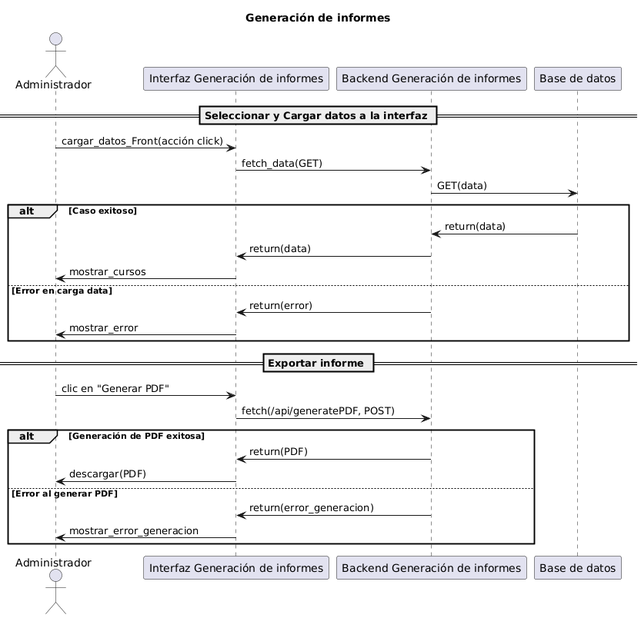
Earlier version of the PlantUML export documentacion/Historia 4/diagrama de secuencia.png (cperez17/software-gestion). The source it was exported from:
```plantuml
@startuml
title Generación de informes
actor Administrador as user

participant "Interfaz Generación de informes" as interfaz
participant "Backend Generación de informes" as backend
participant "Base de datos" as bd

== Seleccionar y Cargar datos a la interfaz ==
user -> interfaz : cargar_datos_Front(acción click)
interfaz -> backend : fetch_data(GET)
backend -> bd : GET(data)
alt Caso exitoso
    bd -> backend : return(data)
    backend -> interfaz : return(data)
    interfaz -> user : mostrar_cursos
else Error en carga data
    backend -> interfaz : return(error)
    interfaz -> user : mostrar_error
end

== Exportar informe ==
user -> interfaz : clic en "Generar PDF"
interfaz -> backend : fetch(/api/generatePDF, POST)

alt Generación de PDF exitosa
    backend -> interfaz : return(PDF)
    interfaz -> user : descargar(PDF)
else Error al generar PDF
    backend -> interfaz : return(error_generacion)
    interfaz -> user : mostrar_error_generacion
end
@enduml
```
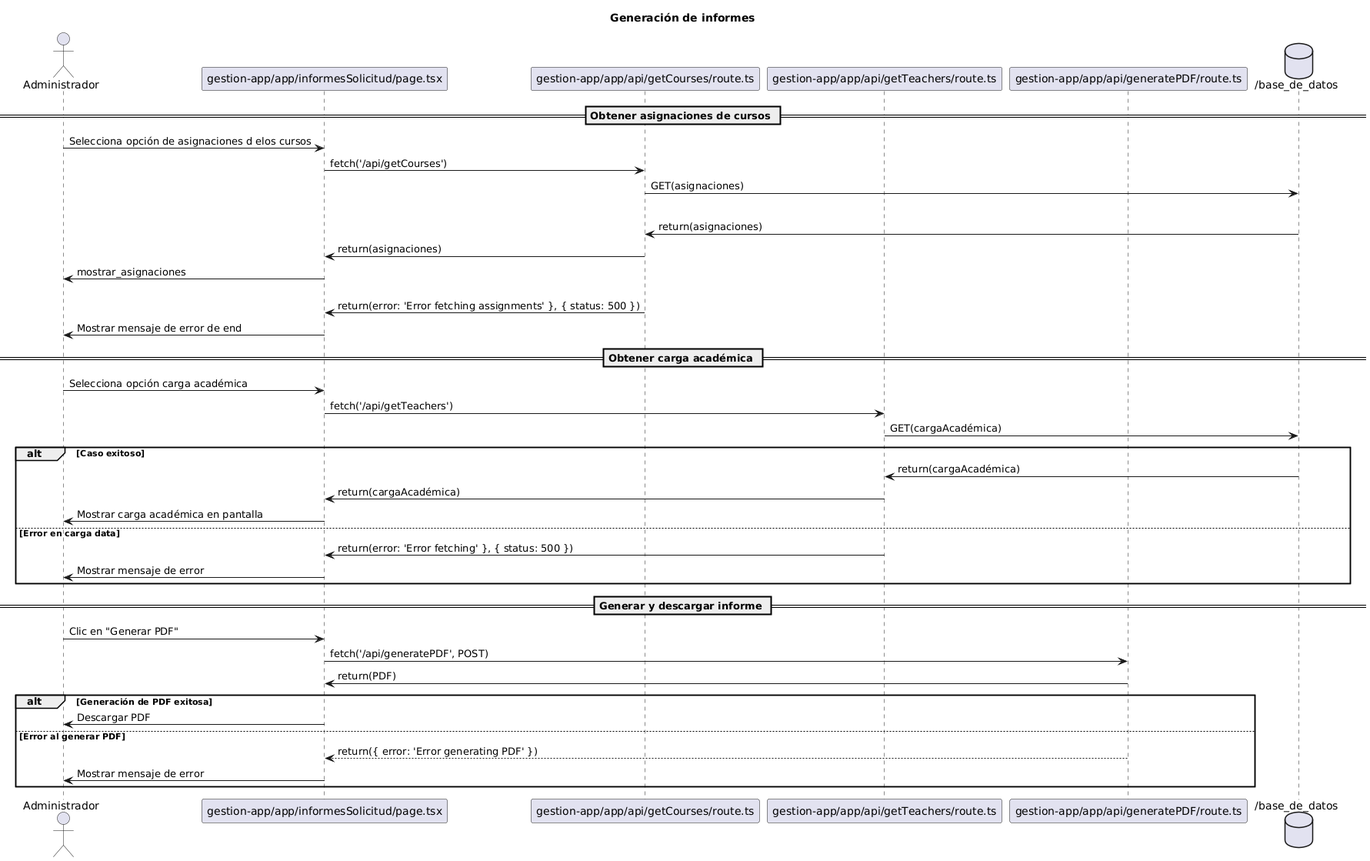
After the commit.

What changed in the source:
```diff
@@ -2,32 +2,46 @@
 title Generación de informes
 actor Administrador as user
 
-participant "Interfaz Generación de informes" as interfaz
-participant "Backend Generación de informes" as backend
-participant "Base de datos" as bd
+participant "gestion-app/app/informesSolicitud/page.tsx" as Frontend
+participant "gestion-app/app/api/getCourses/route.ts" as Backend
+participant "gestion-app/app/api/getTeachers/route.ts" as BackendCarga
+participant "gestion-app/app/api/generatePDF/route.ts" as BackendInformes
+database "/base_de_datos" as bd
 
-== Seleccionar y Cargar datos a la interfaz ==
-user -> interfaz : cargar_datos_Front(acción click)
-interfaz -> backend : fetch_data(GET)
-backend -> bd : GET(data)
+== Obtener asignaciones de cursos ==
+user -> Frontend: Selecciona opción de asignaciones d elos cursos
+Frontend -> Backend : fetch('/api/getCourses')
+Backend -> bd : GET(asignaciones)
 alt Caso exitoso
-    bd -> backend : return(data)
-    backend -> interfaz : return(data)
-    interfaz -> user : mostrar_cursos
+    bd -> Backend : return(asignaciones)
+    Backend -> Frontend : return(asignaciones)
+    Frontend -> user : mostrar_asignaciones
 else Error en carga data
-    backend -> interfaz : return(error)
-    interfaz -> user : mostrar_error
+    Backend -> Frontend : return(error: 'Error fetching assignments' }, { status: 500 })
+    Frontend -> user : Mostrar mensaje de error de end
+
+== Obtener carga académica ==
+user -> Frontend: Selecciona opción carga académica
+Frontend -> BackendCarga : fetch('/api/getTeachers')
+BackendCarga -> bd : GET(cargaAcadémica)
+alt Caso exitoso
+    bd -> BackendCarga : return(cargaAcadémica)
+    BackendCarga -> Frontend : return(cargaAcadémica)
+    Frontend -> user : Mostrar carga académica en pantalla
+else Error en carga data
+    BackendCarga -> Frontend : return(error: 'Error fetching' }, { status: 500 })
+    Frontend -> user : Mostrar mensaje de error
 end
 
-== Exportar informe ==
-user -> interfaz : clic en "Generar PDF"
-interfaz -> backend : fetch(/api/generatePDF, POST)
+== Generar y descargar informe ==
+user -> Frontend : Clic en "Generar PDF"
+Frontend -> BackendInformes : fetch('/api/generatePDF', POST)
+BackendInformes -> Frontend : return(PDF)
 
 alt Generación de PDF exitosa
-    backend -> interfaz : return(PDF)
-    interfaz -> user : descargar(PDF)
+    user <- Frontend : Descargar PDF
 else Error al generar PDF
-    backend -> interfaz : return(error_generacion)
-    interfaz -> user : mostrar_error_generacion
+    BackendInformes --> Frontend : return({ error: 'Error generating PDF' })
+    Frontend -> user : Mostrar mensaje de error
 end
 @enduml
```
